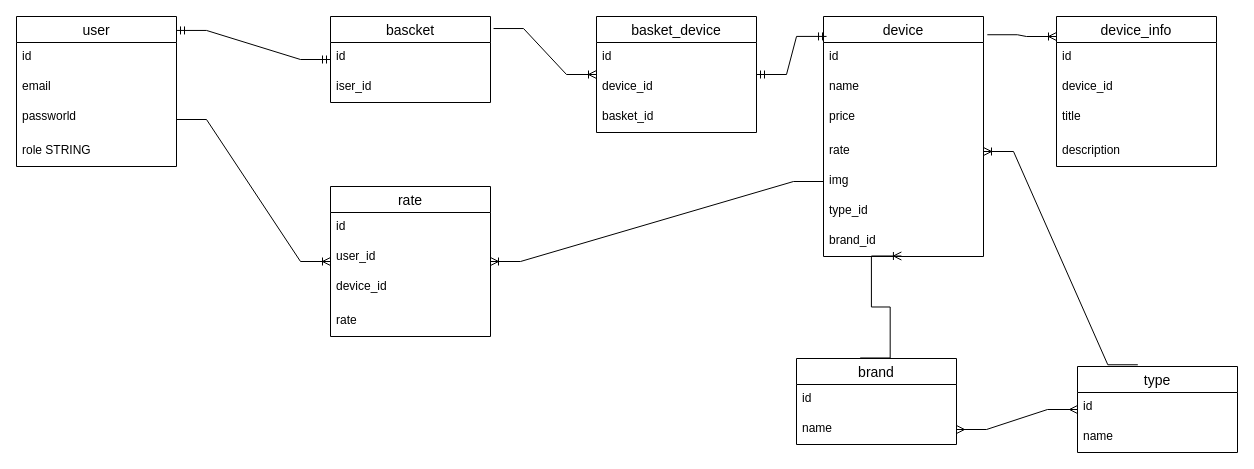
The draw.io diagram server/models/db_diagram.drawio in zaxel/react_simple_shop, before the edit. Source tidied: cells renumbered, new cells numbered last; positions are measured from the earlier drawing's top-left corner, leaving out a move shared by most shapes. Both pictures are drawn from the tidied source at 100%, with x=0, y=0 at pixel (16, 16).
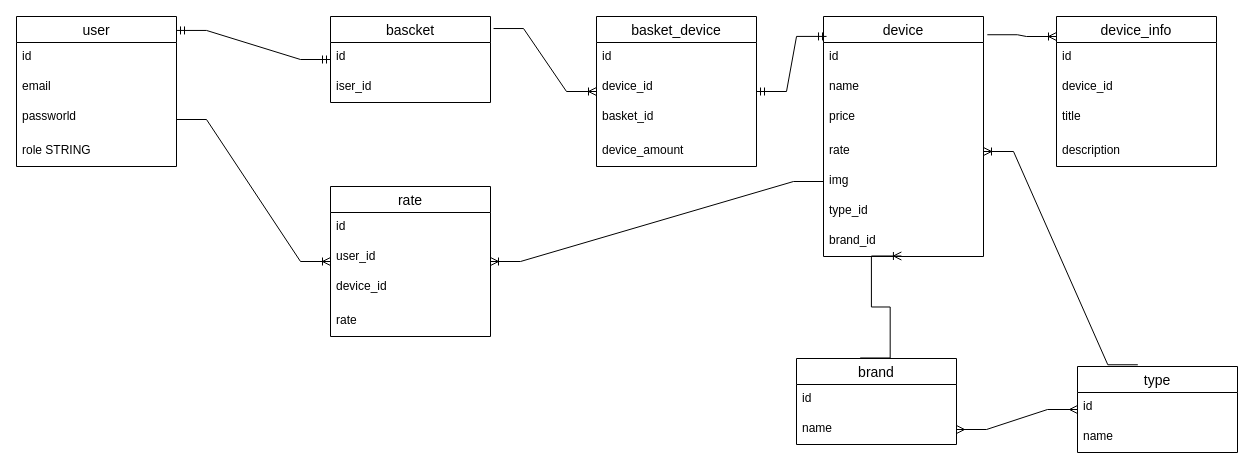
The same page after the edit.

Commit message:
db structure diagram updated. Added items count to device-basket table

What changed in the source:
```diff
@@
     <mxCell id="34" value="basket_device" style="swimlane;fontStyle=0;horizontal=1;startSize=26;align=center;fontSize=14;" parent="1" vertex="1">
-      <mxGeometry x="580" width="160" height="116" as="geometry" />
+      <mxGeometry x="580" width="160" height="150" as="geometry" />
     </mxCell>
@@
     <mxCell id="37" value="basket_id" style="text;strokeColor=none;fillColor=none;spacingLeft=4;spacingRight=4;overflow=hidden;fontSize=12;" parent="34" vertex="1">
-      <mxGeometry y="86" width="160" height="30" as="geometry" />
+      <mxGeometry y="86" width="160" height="34" as="geometry" />
     </mxCell>
+    <mxCell id="47" value="device_amount" style="text;strokeColor=none;fillColor=none;spacingLeft=4;spacingRight=4;overflow=hidden;fontSize=12;" parent="34" vertex="1">
+      <mxGeometry y="120" width="160" height="30" as="geometry" />
+    </mxCell>
```
